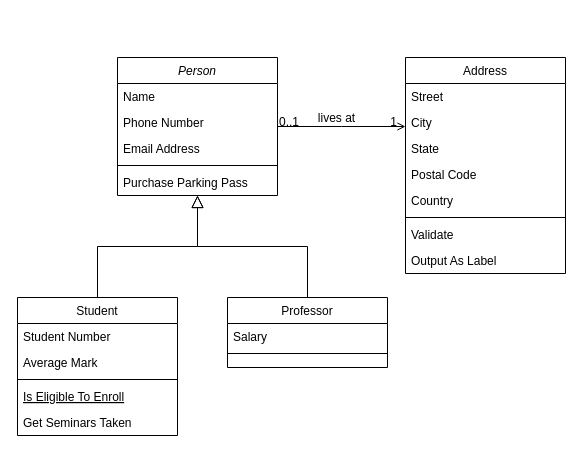
Above: docs/Untitled Diagram.drawio in 1dlef/Robot-Challenge (draw.io), before the change. Source tidied: cells renumbered, new cells numbered last; positions are measured from the earlier drawing's top-left corner, leaving out a move shared by most shapes. Both pictures are drawn from the tidied source at 100%, with x=0, y=0 at pixel (17, 57).
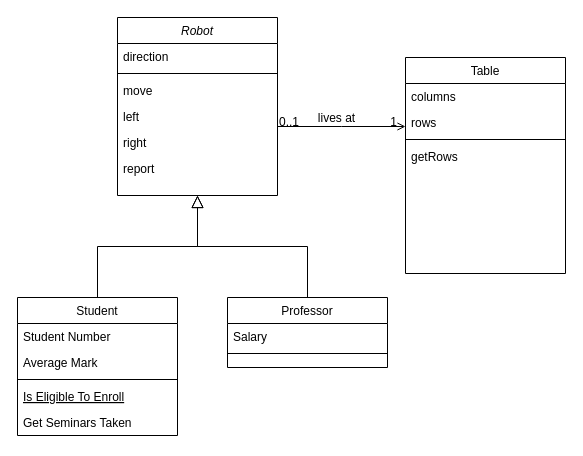
Above is the later version.

Change to the diagram source:
```diff
@@
-    <mxCell id="2" value="Person" style="swimlane;fontStyle=2;align=center;verticalAlign=top;horizontal=1;startSize=26;rounded=0;shadow=0;strokeWidth=1;" parent="1" vertex="1">
-      <mxGeometry x="100" width="160" height="138" as="geometry" />
+    <mxCell id="2" value="Robot" style="swimlane;fontStyle=2;align=center;verticalAlign=top;horizontal=1;startSize=26;rounded=0;shadow=0;strokeWidth=1;" parent="1" vertex="1">
+      <mxGeometry x="100" y="-40" width="160" height="178" as="geometry" />
     </mxCell>
-    <mxCell id="3" value="Name" style="text;align=left;verticalAlign=top;spacingLeft=4;spacingRight=4;overflow=hidden;" parent="2" vertex="1">
-      <mxGeometry y="26" width="160" height="26" as="geometry" />
-    </mxCell>
-    <mxCell id="4" value="Phone Number" style="text;align=left;verticalAlign=top;spacingLeft=4;spacingRight=4;overflow=hidden;rounded=0;shadow=0;html=0;" parent="2" vertex="1">
-      <mxGeometry y="52" width="160" height="26" as="geometry" />
+    <mxCell id="4" value="direction" style="text;align=left;verticalAlign=top;spacingLeft=4;spacingRight=4;overflow=hidden;rounded=0;shadow=0;html=0;" parent="2" vertex="1">
+      <mxGeometry y="26" width="160" height="26" as="geometry" />
     </mxCell>
-    <mxCell id="5" value="Email Address" style="text;align=left;verticalAlign=top;spacingLeft=4;spacingRight=4;overflow=hidden;rounded=0;shadow=0;html=0;" parent="2" vertex="1">
-      <mxGeometry y="78" width="160" height="26" as="geometry" />
-    </mxCell>
     <mxCell id="6" style="line;html=1;strokeWidth=1;align=left;verticalAlign=middle;spacingTop=-1;spacingLeft=3;spacingRight=3;labelPosition=right;" parent="2" vertex="1">
-      <mxGeometry y="104" width="160" height="8" as="geometry" />
+      <mxGeometry y="52" width="160" height="8" as="geometry" />
     </mxCell>
-    <mxCell id="7" value="Purchase Parking Pass" style="text;align=left;verticalAlign=top;spacingLeft=4;spacingRight=4;overflow=hidden;" parent="2" vertex="1">
-      <mxGeometry y="112" width="160" height="26" as="geometry" />
+    <mxCell id="7" value="move" style="text;align=left;verticalAlign=top;spacingLeft=4;spacingRight=4;overflow=hidden;" parent="2" vertex="1">
+      <mxGeometry y="60" width="160" height="26" as="geometry" />
     </mxCell>
+    <mxCell id="32" value="left" style="text;align=left;verticalAlign=top;spacingLeft=4;spacingRight=4;overflow=hidden;" parent="2" vertex="1">
+      <mxGeometry y="86" width="160" height="26" as="geometry" />
+    </mxCell>
+    <mxCell id="33" value="right" style="text;align=left;verticalAlign=top;spacingLeft=4;spacingRight=4;overflow=hidden;" parent="2" vertex="1">
+      <mxGeometry y="112" width="160" height="26" as="geometry" />
+    </mxCell>
+    <mxCell id="34" value="report" style="text;align=left;verticalAlign=top;spacingLeft=4;spacingRight=4;overflow=hidden;" parent="2" vertex="1">
+      <mxGeometry y="138" width="160" height="26" as="geometry" />
+    </mxCell>
@@
-    <mxCell id="19" value="Address" style="swimlane;fontStyle=0;align=center;verticalAlign=top;horizontal=1;startSize=26;rounded=0;shadow=0;strokeWidth=1;" parent="1" vertex="1">
+    <mxCell id="19" value="Table" style="swimlane;fontStyle=0;align=center;verticalAlign=top;horizontal=1;startSize=26;rounded=0;shadow=0;strokeWidth=1;" parent="1" vertex="1">
       <mxGeometry x="388" width="160" height="216" as="geometry" />
     </mxCell>
-    <mxCell id="20" value="Street" style="text;align=left;verticalAlign=top;spacingLeft=4;spacingRight=4;overflow=hidden;" parent="19" vertex="1">
+    <mxCell id="20" value="columns" style="text;align=left;verticalAlign=top;spacingLeft=4;spacingRight=4;overflow=hidden;" parent="19" vertex="1">
       <mxGeometry y="26" width="160" height="26" as="geometry" />
     </mxCell>
-    <mxCell id="21" value="City" style="text;align=left;verticalAlign=top;spacingLeft=4;spacingRight=4;overflow=hidden;rounded=0;shadow=0;html=0;" parent="19" vertex="1">
+    <mxCell id="21" value="rows" style="text;align=left;verticalAlign=top;spacingLeft=4;spacingRight=4;overflow=hidden;rounded=0;shadow=0;html=0;" parent="19" vertex="1">
       <mxGeometry y="52" width="160" height="26" as="geometry" />
     </mxCell>
-    <mxCell id="22" value="State" style="text;align=left;verticalAlign=top;spacingLeft=4;spacingRight=4;overflow=hidden;rounded=0;shadow=0;html=0;" parent="19" vertex="1">
-      <mxGeometry y="78" width="160" height="26" as="geometry" />
-    </mxCell>
-    <mxCell id="23" value="Postal Code" style="text;align=left;verticalAlign=top;spacingLeft=4;spacingRight=4;overflow=hidden;rounded=0;shadow=0;html=0;" parent="19" vertex="1">
-      <mxGeometry y="104" width="160" height="26" as="geometry" />
-    </mxCell>
-    <mxCell id="24" value="Country" style="text;align=left;verticalAlign=top;spacingLeft=4;spacingRight=4;overflow=hidden;rounded=0;shadow=0;html=0;" parent="19" vertex="1">
-      <mxGeometry y="130" width="160" height="26" as="geometry" />
-    </mxCell>
     <mxCell id="25" style="line;html=1;strokeWidth=1;align=left;verticalAlign=middle;spacingTop=-1;spacingLeft=3;spacingRight=3;labelPosition=right;" parent="19" vertex="1">
-      <mxGeometry y="156" width="160" height="8" as="geometry" />
+      <mxGeometry y="78" width="160" height="8" as="geometry" />
     </mxCell>
-    <mxCell id="26" value="Validate" style="text;align=left;verticalAlign=top;spacingLeft=4;spacingRight=4;overflow=hidden;" parent="19" vertex="1">
-      <mxGeometry y="164" width="160" height="26" as="geometry" />
+    <mxCell id="26" value="getRows" style="text;align=left;verticalAlign=top;spacingLeft=4;spacingRight=4;overflow=hidden;" parent="19" vertex="1">
+      <mxGeometry y="86" width="160" height="26" as="geometry" />
     </mxCell>
-    <mxCell id="27" value="Output As Label" style="text;align=left;verticalAlign=top;spacingLeft=4;spacingRight=4;overflow=hidden;" parent="19" vertex="1">
-      <mxGeometry y="190" width="160" height="26" as="geometry" />
-    </mxCell>
```
